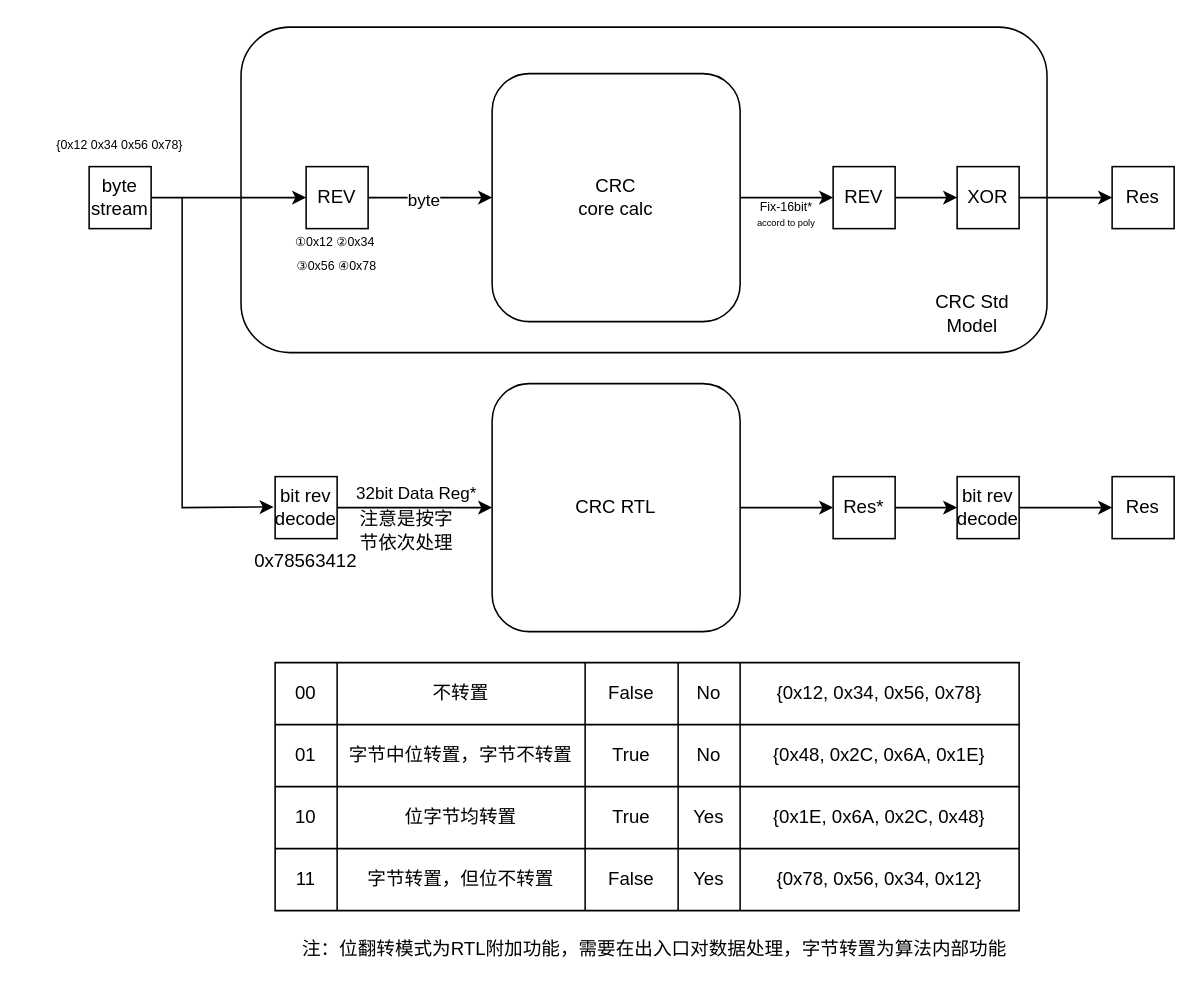
This is page "第 2 页" (2 of 4) of drawio/crc.drawio from iceyxy/flow-chart-drawio, a draw.io file, before an edit. Source tidied: cells renumbered, new cells numbered last; positions are measured from the earlier drawing's top-left corner, leaving out a move shared by most shapes. Both pictures are drawn from the tidied source at 155%, with x=0, y=0 at pixel (26, 26).
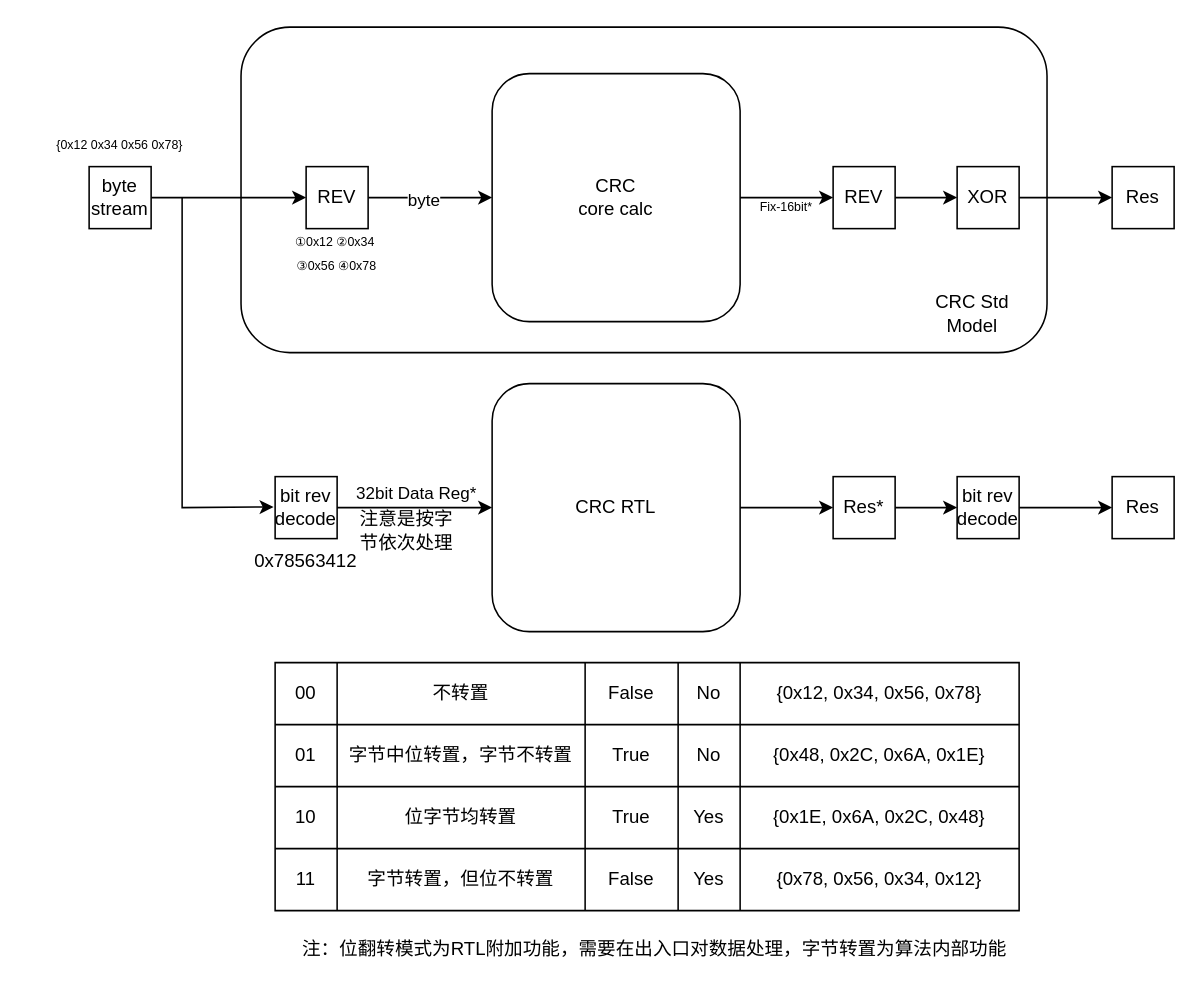
The same page after the edit.

Diff of the diagram source:
```diff
@@
-    <mxCell id="15" value="&lt;font style=&quot;font-size: 6px;&quot;&gt;accord to poly&lt;/font&gt;" style="text;html=1;whiteSpace=wrap;strokeColor=none;fillColor=none;align=center;verticalAlign=middle;rounded=0;" parent="1" vertex="1">
-      <mxGeometry x="440" y="110" width="100" height="30" as="geometry" />
-    </mxCell>
```
